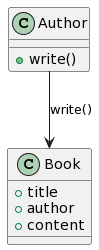
The PlantUML diagram singleton/diagrams/out/structure.png in lordking/gof-design-patterns, before a commit. Source of this version:
```plantuml
@startuml

class Author {
    + write()
}

class Book {
    + title
    + author
    + content
}

Author --> Book : write()
@enduml
```
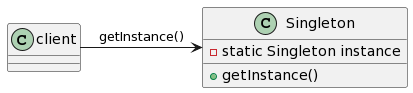
After the commit.

What changed in the source:
```diff
@@ -1,14 +1,8 @@
 @startuml
-
-class Author {
-    + write()
+class Singleton {
+   - static Singleton instance
+   + getInstance()
 }
 
-class Book {
-    + title
-    + author
-    + content
-}
-
-Author --> Book : write()
+client -right-> Singleton : getInstance()
 @enduml
```
